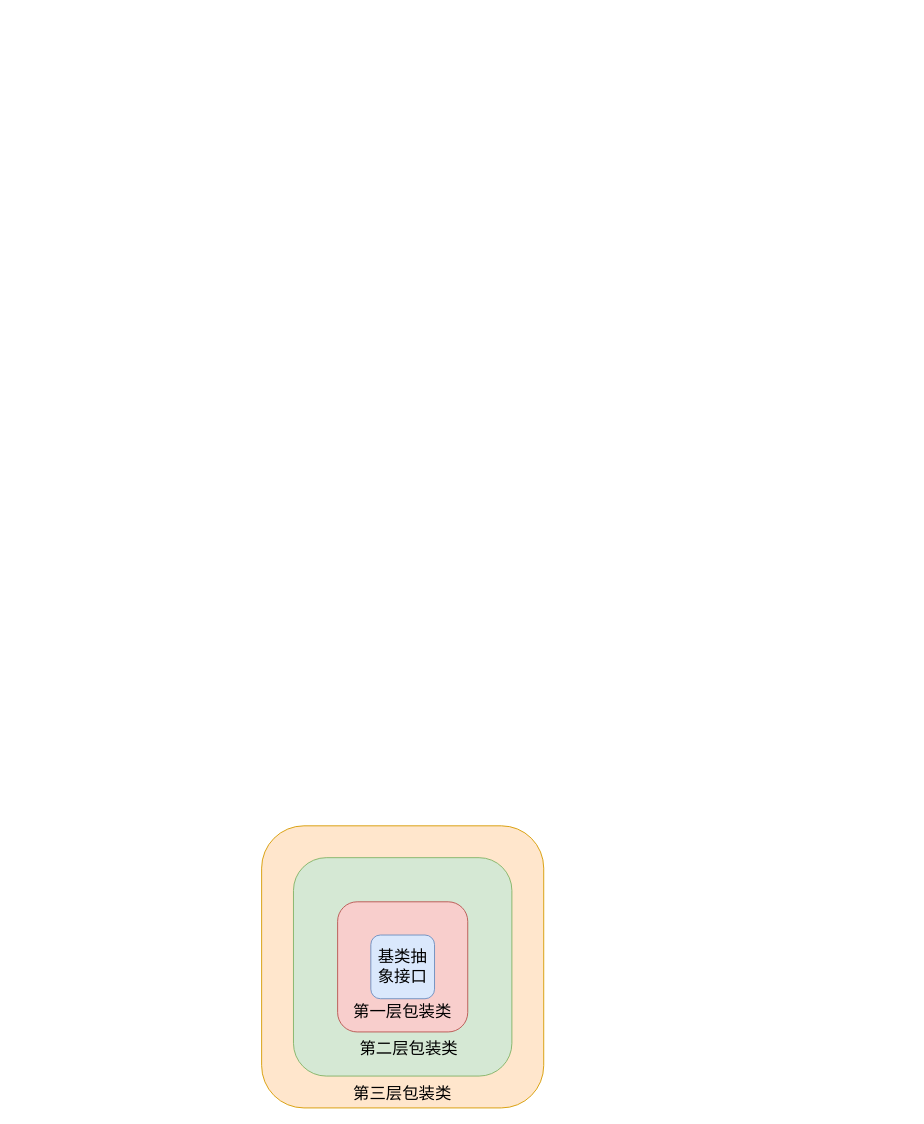
This is 图表文件/设计模式/装饰者模式.drawio from Syske/person-learning-note, a draw.io file, before an edit. Source tidied: cells renumbered, new cells numbered last; positions are measured from the earlier drawing's top-left corner, leaving out a move shared by most shapes. Both pictures are drawn from the tidied source at 91%, with x=0, y=0 at pixel (261, 825).
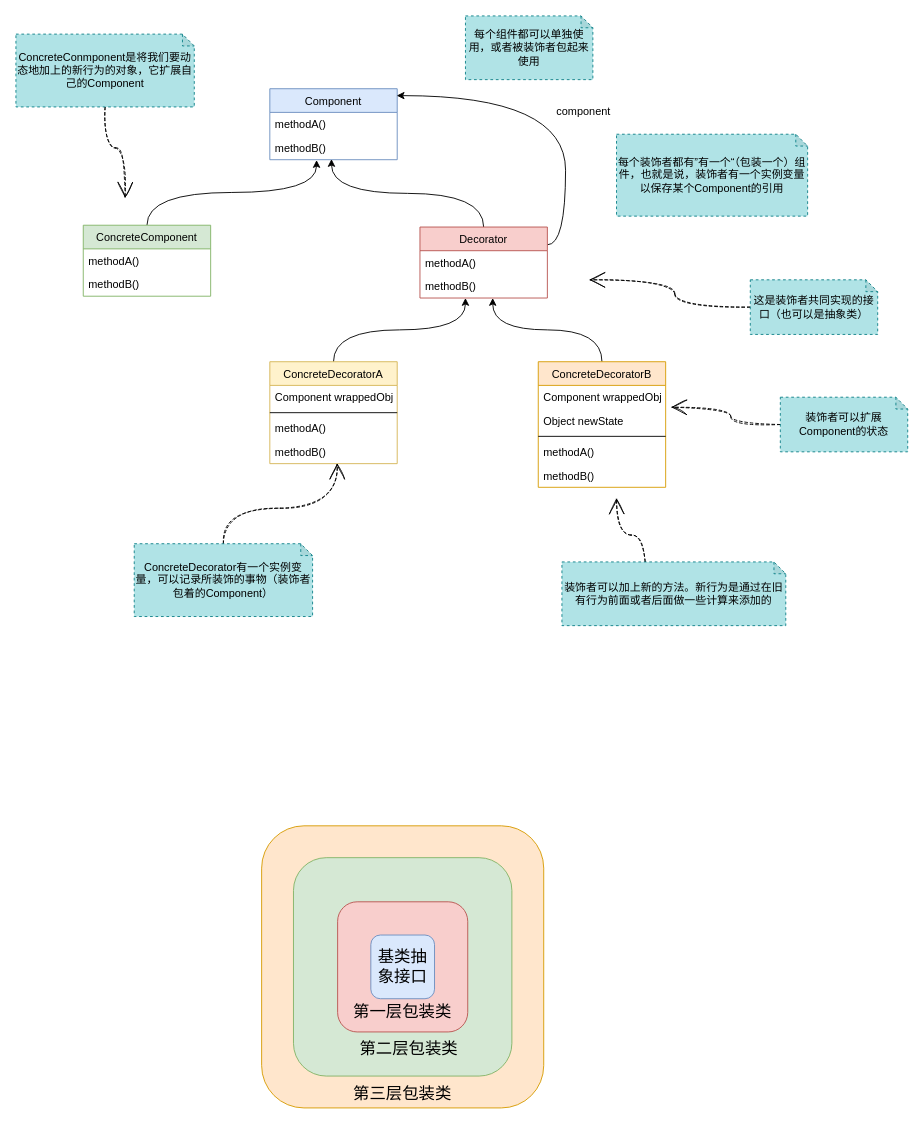
The same diagram, later.

What changed in the source:
```diff
@@
+    <mxCell id="9" value="Component" style="swimlane;fontStyle=0;horizontal=1;startSize=26;fillColor=#dae8fc;strokeColor=#6c8ebf;" parent="1" vertex="1">
+      <mxGeometry x="9" y="-810" width="140" height="78" as="geometry" />
+    </mxCell>
+    <mxCell id="10" value="methodA()" style="text;strokeColor=none;fillColor=none;align=left;verticalAlign=top;spacingLeft=4;spacingRight=4;overflow=hidden;" parent="9" vertex="1">
+      <mxGeometry y="26" width="140" height="26" as="geometry" />
+    </mxCell>
+    <mxCell id="11" value="methodB()" style="text;strokeColor=none;fillColor=none;align=left;verticalAlign=top;spacingLeft=4;spacingRight=4;overflow=hidden;points=[[0,0.5],[1,0.5]];portConstraint=eastwest;" parent="9" vertex="1">
+      <mxGeometry y="52" width="140" height="26" as="geometry" />
+    </mxCell>
+    <mxCell id="12" style="edgeStyle=orthogonalEdgeStyle;curved=1;rounded=0;jettySize=auto;html=1;exitX=0.5;exitY=0;exitDx=0;exitDy=0;entryX=0.367;entryY=1.016;entryDx=0;entryDy=0;entryPerimeter=0;" parent="1" edge="1" source="13" target="11">
+      <mxGeometry relative="1" as="geometry" />
+    </mxCell>
+    <mxCell id="13" value="ConcreteComponent" style="swimlane;fontStyle=0;horizontal=1;startSize=26;fillColor=#d5e8d4;strokeColor=#82b366;" parent="1" vertex="1">
+      <mxGeometry x="-196" y="-660" width="140" height="78" as="geometry" />
+    </mxCell>
+    <mxCell id="14" value="methodA()" style="text;strokeColor=none;fillColor=none;align=left;verticalAlign=top;spacingLeft=4;spacingRight=4;overflow=hidden;" parent="13" vertex="1">
+      <mxGeometry y="26" width="140" height="26" as="geometry" />
+    </mxCell>
+    <mxCell id="15" value="methodB()" style="text;strokeColor=none;fillColor=none;align=left;verticalAlign=top;spacingLeft=4;spacingRight=4;overflow=hidden;" parent="13" vertex="1">
+      <mxGeometry y="52" width="140" height="26" as="geometry" />
+    </mxCell>
+    <mxCell id="16" style="edgeStyle=orthogonalEdgeStyle;curved=1;rounded=0;jettySize=auto;html=1;exitX=0.5;exitY=0;exitDx=0;exitDy=0;entryX=0.484;entryY=0.973;entryDx=0;entryDy=0;entryPerimeter=0;" parent="1" edge="1" source="18" target="11">
+      <mxGeometry relative="1" as="geometry" />
+    </mxCell>
+    <mxCell id="17" style="edgeStyle=orthogonalEdgeStyle;curved=1;rounded=0;jettySize=auto;html=1;exitX=1;exitY=0.25;exitDx=0;exitDy=0;entryX=0.996;entryY=0.097;entryDx=0;entryDy=0;entryPerimeter=0;" parent="1" edge="1" source="18" target="9">
+      <mxGeometry relative="1" as="geometry" />
+    </mxCell>
+    <mxCell id="18" value="Decorator" style="swimlane;fontStyle=0;horizontal=1;startSize=26;fillColor=#f8cecc;strokeColor=#b85450;" parent="1" vertex="1">
+      <mxGeometry x="174" y="-658" width="140" height="78" as="geometry" />
+    </mxCell>
+    <mxCell id="19" value="methodA()" style="text;strokeColor=none;fillColor=none;align=left;verticalAlign=top;spacingLeft=4;spacingRight=4;overflow=hidden;" parent="18" vertex="1">
+      <mxGeometry y="26" width="140" height="26" as="geometry" />
+    </mxCell>
+    <mxCell id="20" value="methodB()" style="text;strokeColor=none;fillColor=none;align=left;verticalAlign=top;spacingLeft=4;spacingRight=4;overflow=hidden;points=[[0,0.5],[1,0.5]];portConstraint=eastwest;" parent="18" vertex="1">
+      <mxGeometry y="52" width="140" height="26" as="geometry" />
+    </mxCell>
+    <mxCell id="21" style="edgeStyle=orthogonalEdgeStyle;rounded=0;jettySize=auto;html=1;exitX=0.5;exitY=0;exitDx=0;exitDy=0;entryX=0.357;entryY=1;entryDx=0;entryDy=0;entryPerimeter=0;curved=1;" parent="1" edge="1" source="22" target="20">
+      <mxGeometry relative="1" as="geometry" />
+    </mxCell>
+    <mxCell id="22" value="ConcreteDecoratorA" style="swimlane;fontStyle=0;horizontal=1;startSize=26;fillColor=#fff2cc;strokeColor=#d6b656;" parent="1" vertex="1">
+      <mxGeometry x="9" y="-510" width="140" height="112" as="geometry" />
+    </mxCell>
+    <mxCell id="23" value="Component wrappedObj" style="text;strokeColor=none;fillColor=none;align=left;verticalAlign=top;spacingLeft=4;spacingRight=4;overflow=hidden;" parent="22" vertex="1">
+      <mxGeometry y="26" width="140" height="26" as="geometry" />
+    </mxCell>
+    <mxCell id="24" style="line;strokeWidth=1;fillColor=none;align=left;verticalAlign=middle;spacingTop=-1;spacingLeft=3;spacingRight=3;labelPosition=right;" parent="22" vertex="1">
+      <mxGeometry y="52" width="140" height="8" as="geometry" />
+    </mxCell>
+    <mxCell id="25" value="methodA()" style="text;strokeColor=none;fillColor=none;align=left;verticalAlign=top;spacingLeft=4;spacingRight=4;overflow=hidden;" parent="22" vertex="1">
+      <mxGeometry y="60" width="140" height="26" as="geometry" />
+    </mxCell>
+    <mxCell id="26" value="methodB()" style="text;strokeColor=none;fillColor=none;align=left;verticalAlign=top;spacingLeft=4;spacingRight=4;overflow=hidden;points=[[0,0.5],[1,0.5]];portConstraint=eastwest;" parent="22" vertex="1">
+      <mxGeometry y="86" width="140" height="26" as="geometry" />
+    </mxCell>
+    <mxCell id="27" style="edgeStyle=orthogonalEdgeStyle;curved=1;rounded=0;jettySize=auto;html=1;exitX=0.5;exitY=0;exitDx=0;exitDy=0;entryX=0.571;entryY=1;entryDx=0;entryDy=0;entryPerimeter=0;" parent="1" edge="1" source="28" target="20">
+      <mxGeometry relative="1" as="geometry" />
+    </mxCell>
+    <mxCell id="28" value="ConcreteDecoratorB" style="swimlane;fontStyle=0;horizontal=1;startSize=26;fillColor=#ffe6cc;strokeColor=#d79b00;" parent="1" vertex="1">
+      <mxGeometry x="304" y="-510" width="140" height="138" as="geometry" />
+    </mxCell>
+    <mxCell id="29" value="Component wrappedObj" style="text;strokeColor=none;fillColor=none;align=left;verticalAlign=top;spacingLeft=4;spacingRight=4;overflow=hidden;" parent="28" vertex="1">
+      <mxGeometry y="26" width="140" height="26" as="geometry" />
+    </mxCell>
+    <mxCell id="30" value="Object newState" style="text;strokeColor=none;fillColor=none;align=left;verticalAlign=top;spacingLeft=4;spacingRight=4;overflow=hidden;" parent="28" vertex="1">
+      <mxGeometry y="52" width="140" height="26" as="geometry" />
+    </mxCell>
+    <mxCell id="31" style="line;strokeWidth=1;fillColor=none;align=left;verticalAlign=middle;spacingTop=-1;spacingLeft=3;spacingRight=3;labelPosition=right;" parent="28" vertex="1">
+      <mxGeometry y="78" width="140" height="8" as="geometry" />
+    </mxCell>
+    <mxCell id="32" value="methodA()" style="text;strokeColor=none;fillColor=none;align=left;verticalAlign=top;spacingLeft=4;spacingRight=4;overflow=hidden;" parent="28" vertex="1">
+      <mxGeometry y="86" width="140" height="26" as="geometry" />
+    </mxCell>
+    <mxCell id="33" value="methodB()" style="text;strokeColor=none;fillColor=none;align=left;verticalAlign=top;spacingLeft=4;spacingRight=4;overflow=hidden;" parent="28" vertex="1">
+      <mxGeometry y="112" width="140" height="26" as="geometry" />
+    </mxCell>
+    <mxCell id="34" value="每个组件都可以单独使用，或者被装饰者包起来使用" style="shape=note;whiteSpace=wrap;html=1;backgroundOutline=1;darkOpacity=0.05;size=13;fillColor=#b0e3e6;strokeColor=#0e8088;dashed=1;" parent="1" vertex="1">
+      <mxGeometry x="224" y="-890" width="140" height="70" as="geometry" />
+    </mxCell>
+    <mxCell id="35" value="component" style="text;html=1;strokeColor=none;fillColor=none;align=center;verticalAlign=middle;whiteSpace=wrap;rounded=0;dashed=1;" parent="1" vertex="1">
+      <mxGeometry x="324" y="-800" width="60" height="30" as="geometry" />
+    </mxCell>
+    <mxCell id="36" style="edgeStyle=orthogonalEdgeStyle;curved=1;rounded=0;sketch=1;jettySize=auto;html=1;exitX=0;exitY=0.5;exitDx=0;exitDy=0;exitPerimeter=0;dashed=1;endArrow=open;endFill=0;endSize=15;" parent="1" edge="1" source="37">
+      <mxGeometry relative="1" as="geometry">
+        <mxPoint x="360" y="-600" as="targetPoint" />
+      </mxGeometry>
+    </mxCell>
+    <mxCell id="37" value="这是装饰者共同实现的接口（也可以是抽象类）" style="shape=note;whiteSpace=wrap;html=1;backgroundOutline=1;darkOpacity=0.05;size=13;fillColor=#b0e3e6;strokeColor=#0e8088;dashed=1;" parent="1" vertex="1">
+      <mxGeometry x="537" y="-600" width="140" height="60" as="geometry" />
+    </mxCell>
+    <mxCell id="38" style="edgeStyle=orthogonalEdgeStyle;curved=1;rounded=0;sketch=1;jettySize=auto;html=1;exitX=0;exitY=0.5;exitDx=0;exitDy=0;exitPerimeter=0;dashed=1;endArrow=open;endFill=0;endSize=15;" parent="1" edge="1" source="39">
+      <mxGeometry relative="1" as="geometry">
+        <mxPoint x="450" y="-460" as="targetPoint" />
+      </mxGeometry>
+    </mxCell>
+    <mxCell id="39" value="装饰者可以扩展Component的状态" style="shape=note;whiteSpace=wrap;html=1;backgroundOutline=1;darkOpacity=0.05;size=13;fillColor=#b0e3e6;strokeColor=#0e8088;dashed=1;" parent="1" vertex="1">
+      <mxGeometry x="570" y="-471" width="140" height="60" as="geometry" />
+    </mxCell>
+    <mxCell id="40" style="edgeStyle=orthogonalEdgeStyle;curved=1;rounded=0;sketch=1;jettySize=auto;html=1;exitX=0;exitY=0;exitDx=91.5;exitDy=0;exitPerimeter=0;dashed=1;endArrow=open;endFill=0;endSize=15;" parent="1" edge="1" source="41">
+      <mxGeometry relative="1" as="geometry">
+        <mxPoint x="390" y="-360" as="targetPoint" />
+      </mxGeometry>
+    </mxCell>
+    <mxCell id="41" value="装饰者可以加上新的方法。新行为是通过在旧有行为前面或者后面做一些计算来添加的" style="shape=note;whiteSpace=wrap;html=1;backgroundOutline=1;darkOpacity=0.05;size=13;fillColor=#b0e3e6;strokeColor=#0e8088;dashed=1;" parent="1" vertex="1">
+      <mxGeometry x="330" y="-290" width="246" height="70" as="geometry" />
+    </mxCell>
+    <mxCell id="42" style="edgeStyle=orthogonalEdgeStyle;curved=1;rounded=0;sketch=1;jettySize=auto;html=1;exitX=0.5;exitY=0;exitDx=0;exitDy=0;exitPerimeter=0;entryX=0.529;entryY=0.989;entryDx=0;entryDy=0;entryPerimeter=0;dashed=1;endArrow=open;endFill=0;endSize=15;" parent="1" edge="1" source="43" target="26">
+      <mxGeometry relative="1" as="geometry" />
+    </mxCell>
+    <mxCell id="43" value="ConcreteDecorator有一个实例变量，可以记录所装饰的事物（装饰者包着的Component）" style="shape=note;whiteSpace=wrap;html=1;backgroundOutline=1;darkOpacity=0.05;size=13;fillColor=#b0e3e6;strokeColor=#0e8088;dashed=1;" parent="1" vertex="1">
+      <mxGeometry x="-140" y="-310" width="196" height="80" as="geometry" />
+    </mxCell>
+    <mxCell id="44" style="edgeStyle=orthogonalEdgeStyle;curved=1;rounded=0;sketch=1;jettySize=auto;html=1;exitX=0.5;exitY=1;exitDx=0;exitDy=0;exitPerimeter=0;dashed=1;endArrow=open;endFill=0;endSize=15;" parent="1" edge="1" source="45">
+      <mxGeometry relative="1" as="geometry">
+        <mxPoint x="-150" y="-690" as="targetPoint" />
+      </mxGeometry>
+    </mxCell>
+    <mxCell id="45" value="ConcreteConmponent是将我们要动态地加上的新行为的对象，它扩展自己的Component" style="shape=note;whiteSpace=wrap;html=1;backgroundOutline=1;darkOpacity=0.05;size=13;fillColor=#b0e3e6;strokeColor=#0e8088;dashed=1;" parent="1" vertex="1">
+      <mxGeometry x="-270" y="-870" width="196" height="80" as="geometry" />
+    </mxCell>
+    <mxCell id="46" value="每个装饰者都有”有一个“（包装一个）组件，也就是说，装饰者有一个实例变量以保存某个Component的引用" style="shape=note;whiteSpace=wrap;html=1;backgroundOutline=1;darkOpacity=0.05;size=13;fillColor=#b0e3e6;strokeColor=#0e8088;dashed=1;" parent="1" vertex="1">
+      <mxGeometry x="390" y="-760" width="210" height="90" as="geometry" />
+    </mxCell>
```
